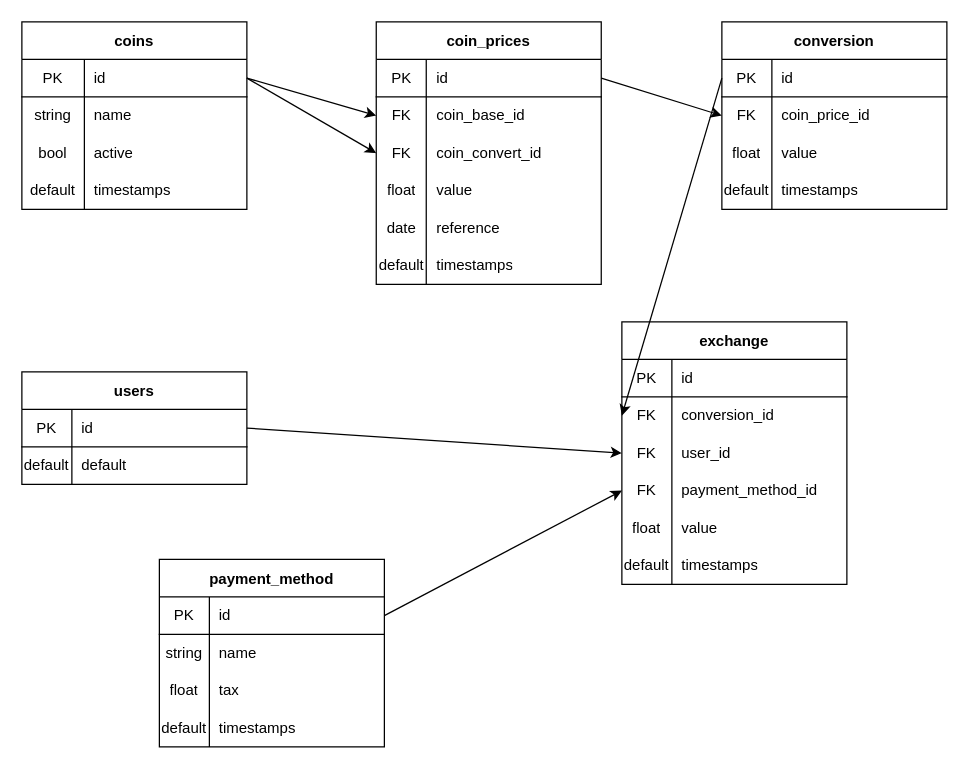
Oliveira-Trust/desafio-desenvolvedor keeps this draw.io diagram as analise-requisitos/modelo.drawio. Above is the earlier version. Source tidied: cells renumbered, new cells numbered last; positions are measured from the earlier drawing's top-left corner, leaving out a move shared by most shapes. Both pictures are drawn from the tidied source at 125%, with x=0, y=0 at pixel (21, 21).
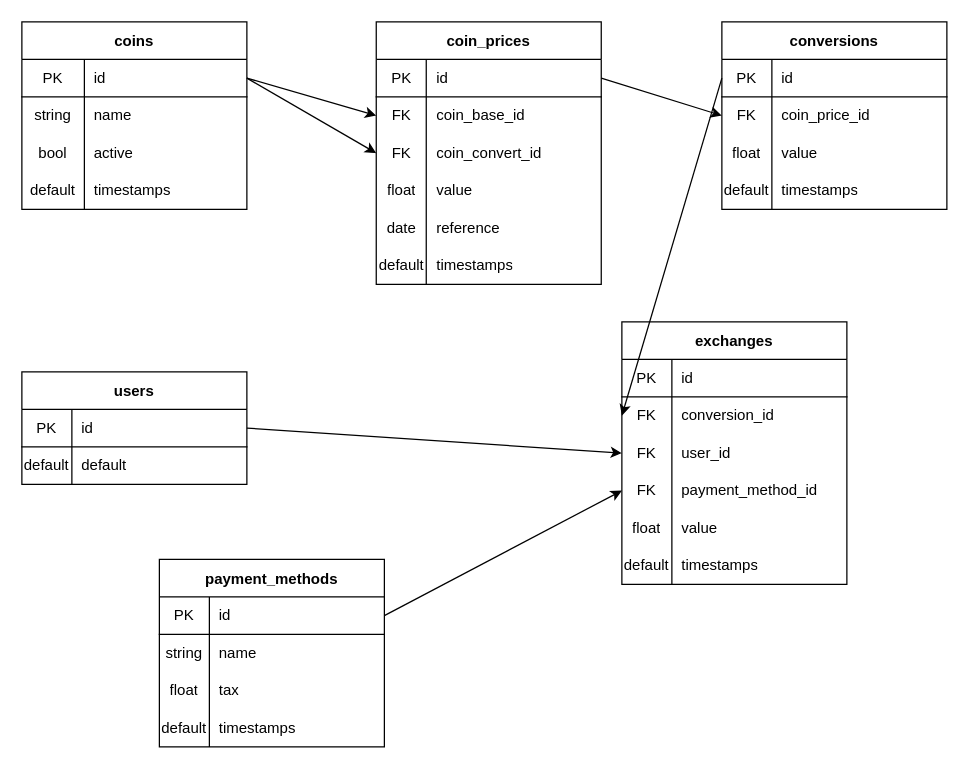
The same page after the edit.

Commit message:
ajustado nome para tabelas no modelo.drawio

Diff of the diagram source:
```diff
@@
-    <mxCell id="9" value="exchange" style="shape=table;startSize=30;childLayout=tableLayout;rowLines=0;fontStyle=1;align=center;" parent="1" vertex="1">
+    <mxCell id="9" value="exchanges" style="shape=table;startSize=30;childLayout=tableLayout;rowLines=0;fontStyle=1;align=center;" parent="1" vertex="1">
       <mxGeometry x="480" y="240" width="180" height="210" as="geometry" />
     </mxCell>
@@
-    <mxCell id="41" value="conversion" style="shape=table;startSize=30;childLayout=tableLayout;rowLines=0;fontStyle=1;align=center;" parent="1" vertex="1">
+    <mxCell id="41" value="conversions" style="shape=table;startSize=30;childLayout=tableLayout;rowLines=0;fontStyle=1;align=center;" parent="1" vertex="1">
       <mxGeometry x="560" width="180" height="150" as="geometry" />
     </mxCell>
@@
-    <mxCell id="75" value="payment_method" style="shape=table;startSize=30;childLayout=tableLayout;rowLines=0;fontStyle=1;align=center;" parent="1" vertex="1">
+    <mxCell id="75" value="payment_methods" style="shape=table;startSize=30;childLayout=tableLayout;rowLines=0;fontStyle=1;align=center;" parent="1" vertex="1">
       <mxGeometry x="110" y="430" width="180" height="150" as="geometry" />
     </mxCell>
```
